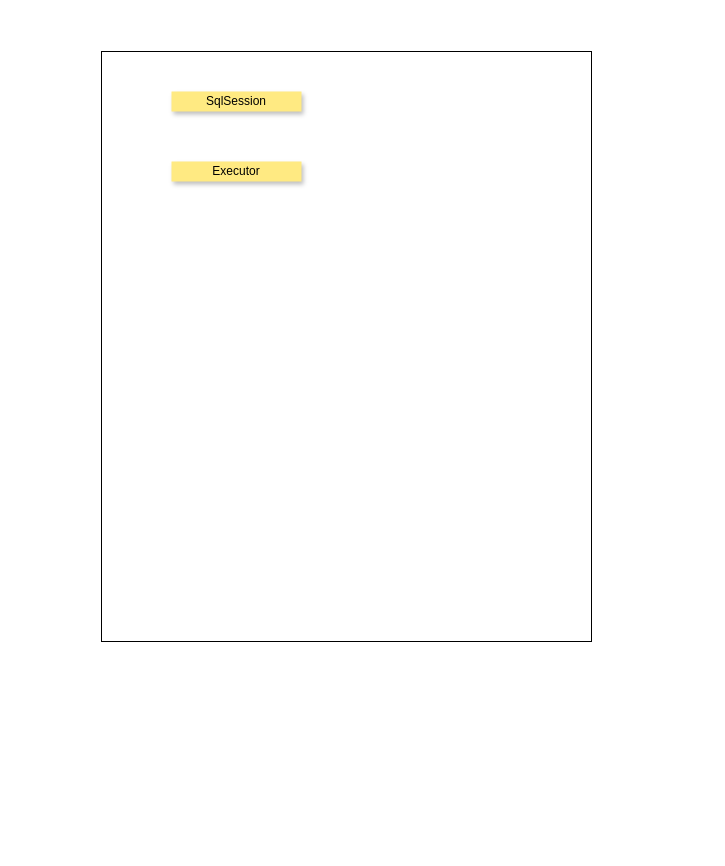
The draw.io diagram Untitled Diagram.drawio in leihtg/images, before the edit. Source tidied: cells renumbered, new cells numbered last; positions are measured from the earlier drawing's top-left corner, leaving out a move shared by most shapes. Both pictures are drawn from the tidied source at 100%, with x=0, y=0 at pixel (101, 51).
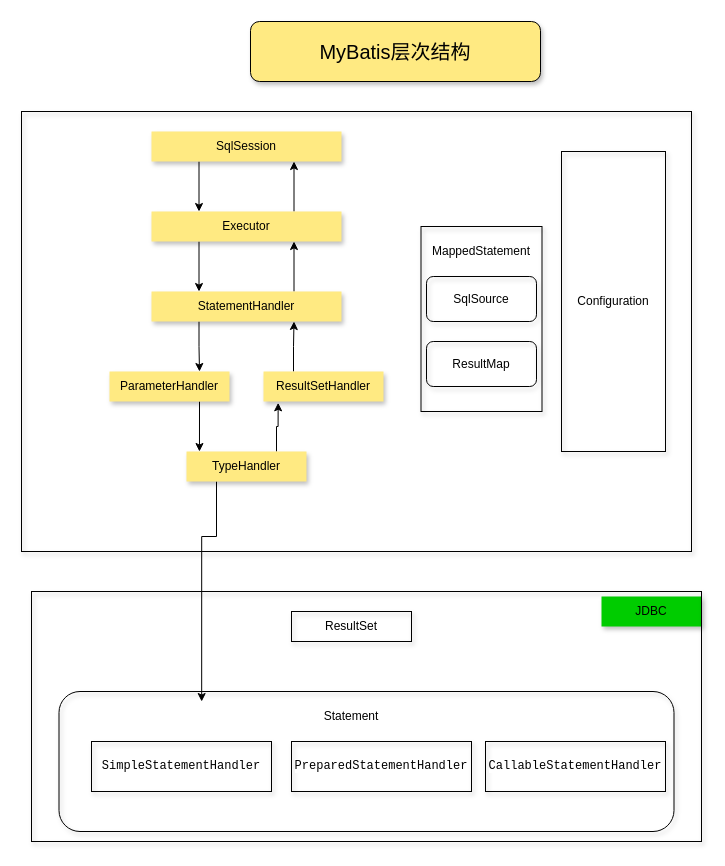
The same diagram, later.

Change to the diagram source:
```diff
@@
-    <mxCell id="2" style="rounded=0;whiteSpace=wrap;html=1;fillColor=none;" parent="1" vertex="1">
-      <mxGeometry width="490" height="590" as="geometry" />
-    </mxCell>
+    <mxCell id="5" style="rounded=0;whiteSpace=wrap;html=1;shadow=1;fillColor=none;direction=west;" parent="1" vertex="1">
+      <mxGeometry x="-80" y="60" width="670" height="440" as="geometry" />
+    </mxCell>
+    <mxCell id="6" style="edgeStyle=orthogonalEdgeStyle;rounded=0;jettySize=auto;html=1;exitX=0.25;exitY=1;exitDx=0;exitDy=0;entryX=0.25;entryY=0;entryDx=0;entryDy=0;" parent="1" edge="1" source="3" target="4">
+      <mxGeometry relative="1" as="geometry" />
+    </mxCell>
     <mxCell id="3" value="SqlSession" style="text;html=1;strokeColor=none;align=center;verticalAlign=middle;whiteSpace=wrap;rounded=0;shadow=1;fillColor=#FFEA82;" parent="1" vertex="1">
-      <mxGeometry x="70" y="40" width="130" height="20" as="geometry" />
+      <mxGeometry x="50" y="80" width="190" height="30" as="geometry" />
     </mxCell>
+    <mxCell id="7" style="edgeStyle=orthogonalEdgeStyle;rounded=0;jettySize=auto;html=1;exitX=0.75;exitY=0;exitDx=0;exitDy=0;entryX=0.75;entryY=1;entryDx=0;entryDy=0;" parent="1" edge="1" source="4" target="3">
+      <mxGeometry relative="1" as="geometry" />
+    </mxCell>
+    <mxCell id="8" style="edgeStyle=orthogonalEdgeStyle;rounded=0;jettySize=auto;html=1;exitX=0.25;exitY=1;exitDx=0;exitDy=0;entryX=0.25;entryY=0;entryDx=0;entryDy=0;" parent="1" edge="1" source="4" target="13">
+      <mxGeometry relative="1" as="geometry" />
+    </mxCell>
     <mxCell id="4" value="Executor" style="text;html=1;strokeColor=none;align=center;verticalAlign=middle;whiteSpace=wrap;rounded=0;shadow=1;fillColor=#FFEA82;" parent="1" vertex="1">
-      <mxGeometry x="70" y="110" width="130" height="20" as="geometry" />
+      <mxGeometry x="50" y="160" width="190" height="30" as="geometry" />
     </mxCell>
+    <mxCell id="9" value="&lt;font style=&quot;font-size: 20px&quot;&gt;MyBatis层次结构&lt;/font&gt;" style="rounded=1;whiteSpace=wrap;html=1;shadow=1;fillColor=#FFEA82;" parent="1" vertex="1">
+      <mxGeometry x="149" y="-30" width="290" height="60" as="geometry" />
+    </mxCell>
+    <mxCell id="10" style="edgeStyle=orthogonalEdgeStyle;rounded=0;orthogonalLoop=1;jettySize=auto;html=1;exitX=0.5;exitY=1;exitDx=0;exitDy=0;" parent="1" edge="1" source="9" target="9">
+      <mxGeometry relative="1" as="geometry" />
+    </mxCell>
+    <mxCell id="11" style="edgeStyle=orthogonalEdgeStyle;rounded=0;jettySize=auto;html=1;exitX=0.75;exitY=0;exitDx=0;exitDy=0;entryX=0.75;entryY=1;entryDx=0;entryDy=0;" parent="1" edge="1" source="13" target="4">
+      <mxGeometry relative="1" as="geometry" />
+    </mxCell>
+    <mxCell id="12" style="edgeStyle=orthogonalEdgeStyle;rounded=0;jettySize=auto;html=1;exitX=0.25;exitY=1;exitDx=0;exitDy=0;entryX=0.75;entryY=0;entryDx=0;entryDy=0;fontColor=#000000;" parent="1" edge="1" source="13" target="15">
+      <mxGeometry relative="1" as="geometry" />
+    </mxCell>
+    <mxCell id="13" value="StatementHandler" style="text;html=1;strokeColor=none;align=center;verticalAlign=middle;whiteSpace=wrap;rounded=0;shadow=1;fillColor=#FFEA82;" parent="1" vertex="1">
+      <mxGeometry x="50" y="240" width="190" height="30" as="geometry" />
+    </mxCell>
+    <mxCell id="14" style="edgeStyle=orthogonalEdgeStyle;rounded=0;jettySize=auto;html=1;exitX=0.75;exitY=1;exitDx=0;exitDy=0;entryX=0.108;entryY=0;entryDx=0;entryDy=0;entryPerimeter=0;fontColor=#000000;" parent="1" edge="1" source="15" target="20">
+      <mxGeometry relative="1" as="geometry" />
+    </mxCell>
+    <mxCell id="15" value="ParameterHandler" style="text;html=1;strokeColor=none;align=center;verticalAlign=middle;whiteSpace=wrap;rounded=0;shadow=1;fillColor=#FFEA82;" parent="1" vertex="1">
+      <mxGeometry x="8" y="320" width="120" height="30" as="geometry" />
+    </mxCell>
+    <mxCell id="16" style="edgeStyle=orthogonalEdgeStyle;rounded=0;jettySize=auto;html=1;exitX=0.25;exitY=0;exitDx=0;exitDy=0;entryX=0.75;entryY=1;entryDx=0;entryDy=0;fontColor=#000000;" parent="1" edge="1" source="17" target="13">
+      <mxGeometry relative="1" as="geometry" />
+    </mxCell>
+    <mxCell id="17" value="ResultSetHandler" style="text;html=1;strokeColor=none;align=center;verticalAlign=middle;whiteSpace=wrap;rounded=0;shadow=1;fillColor=#FFEA82;" parent="1" vertex="1">
+      <mxGeometry x="162" y="320" width="120" height="30" as="geometry" />
+    </mxCell>
+    <mxCell id="18" style="edgeStyle=orthogonalEdgeStyle;rounded=0;jettySize=auto;html=1;exitX=0.25;exitY=1;exitDx=0;exitDy=0;entryX=0.254;entryY=0.44;entryDx=0;entryDy=0;entryPerimeter=0;fontColor=#000000;" parent="1" edge="1" source="20" target="28">
+      <mxGeometry relative="1" as="geometry" />
+    </mxCell>
+    <mxCell id="19" style="edgeStyle=orthogonalEdgeStyle;rounded=0;jettySize=auto;html=1;exitX=0.75;exitY=0;exitDx=0;exitDy=0;entryX=0.122;entryY=1.044;entryDx=0;entryDy=0;entryPerimeter=0;fontColor=#000000;" parent="1" edge="1" source="20" target="17">
+      <mxGeometry relative="1" as="geometry" />
+    </mxCell>
+    <mxCell id="20" value="TypeHandler" style="text;html=1;strokeColor=none;align=center;verticalAlign=middle;whiteSpace=wrap;rounded=0;shadow=1;fillColor=#FFEA82;" parent="1" vertex="1">
+      <mxGeometry x="85" y="400" width="120" height="30" as="geometry" />
+    </mxCell>
+    <mxCell id="21" value="JDBC" style="text;html=1;strokeColor=none;align=center;verticalAlign=middle;whiteSpace=wrap;rounded=0;shadow=1;fillColor=#00CC00;" parent="1" vertex="1">
+      <mxGeometry x="500" y="545" width="100" height="30" as="geometry" />
+    </mxCell>
+    <mxCell id="22" style="rounded=1;whiteSpace=wrap;html=1;shadow=1;fillColor=none;" parent="1" vertex="1">
+      <mxGeometry x="-42.5" y="640" width="615" height="140" as="geometry" />
+    </mxCell>
+    <mxCell id="23" value="&lt;pre style=&quot;font-family: &amp;quot;courier new&amp;quot;; font-size: 9pt;&quot;&gt;SimpleStatementHandler&lt;/pre&gt;" style="rounded=0;whiteSpace=wrap;html=1;shadow=1;fillColor=none;labelBackgroundColor=none;" parent="1" vertex="1">
+      <mxGeometry x="-10" y="690" width="180" height="50" as="geometry" />
+    </mxCell>
+    <mxCell id="24" value="Statement" style="text;html=1;strokeColor=none;fillColor=none;align=center;verticalAlign=middle;whiteSpace=wrap;rounded=0;shadow=1;" parent="1" vertex="1">
+      <mxGeometry x="160" y="655" width="180" height="20" as="geometry" />
+    </mxCell>
+    <mxCell id="25" value="ResultSet" style="rounded=0;whiteSpace=wrap;html=1;shadow=1;fillColor=none;" parent="1" vertex="1">
+      <mxGeometry x="190" y="560" width="120" height="30" as="geometry" />
+    </mxCell>
+    <mxCell id="26" value="&lt;pre style=&quot;font-family: &amp;#34;courier new&amp;#34; ; font-size: 9pt&quot;&gt;&lt;pre style=&quot;font-family: &amp;#34;courier new&amp;#34; ; font-size: 9pt&quot;&gt;&lt;span style=&quot;background-color: rgb(255 , 255 , 255)&quot;&gt;PreparedStatementHandler&lt;/span&gt;&lt;/pre&gt;&lt;/pre&gt;" style="rounded=0;whiteSpace=wrap;html=1;shadow=1;fillColor=none;labelBackgroundColor=none;" parent="1" vertex="1">
+      <mxGeometry x="190" y="690" width="180" height="50" as="geometry" />
+    </mxCell>
+    <mxCell id="27" value="&lt;pre style=&quot;font-family: &amp;#34;courier new&amp;#34; ; font-size: 9pt&quot;&gt;&lt;pre style=&quot;font-family: &amp;#34;courier new&amp;#34; ; font-size: 9pt&quot;&gt;&lt;pre style=&quot;font-family: &amp;#34;courier new&amp;#34; ; font-size: 9pt&quot;&gt;&lt;span style=&quot;background-color: rgb(255 , 255 , 255)&quot;&gt;CallableStatementHandler&lt;/span&gt;&lt;/pre&gt;&lt;/pre&gt;&lt;/pre&gt;" style="rounded=0;whiteSpace=wrap;html=1;shadow=1;fillColor=none;labelBackgroundColor=none;" parent="1" vertex="1">
+      <mxGeometry x="384" y="690" width="180" height="50" as="geometry" />
+    </mxCell>
+    <mxCell id="28" style="rounded=0;whiteSpace=wrap;html=1;shadow=1;fillColor=none;" parent="1" vertex="1">
+      <mxGeometry x="-70" y="540" width="670" height="250" as="geometry" />
+    </mxCell>
+    <mxCell id="29" value="Configuration" style="rounded=0;whiteSpace=wrap;html=1;shadow=1;labelBackgroundColor=none;strokeColor=#000000;fillColor=none;fontColor=#000000;" parent="1" vertex="1">
+      <mxGeometry x="460" y="100" width="104" height="300" as="geometry" />
+    </mxCell>
+    <mxCell id="30" style="rounded=0;whiteSpace=wrap;html=1;shadow=1;labelBackgroundColor=none;strokeColor=#000000;fillColor=none;fontColor=#000000;" parent="1" vertex="1">
+      <mxGeometry x="319.5" y="175" width="121" height="185" as="geometry" />
+    </mxCell>
+    <mxCell id="31" value="MappedStatement" style="text;html=1;strokeColor=none;fillColor=none;align=center;verticalAlign=middle;whiteSpace=wrap;rounded=0;shadow=1;labelBackgroundColor=none;fontColor=#000000;" parent="1" vertex="1">
+      <mxGeometry x="360" y="190" width="40" height="20" as="geometry" />
+    </mxCell>
+    <mxCell id="32" value="SqlSource" style="rounded=1;whiteSpace=wrap;html=1;shadow=1;labelBackgroundColor=none;strokeColor=#000000;fillColor=none;fontColor=#000000;" parent="1" vertex="1">
+      <mxGeometry x="325" y="225" width="110" height="45" as="geometry" />
+    </mxCell>
+    <mxCell id="33" value="ResultMap" style="rounded=1;whiteSpace=wrap;html=1;shadow=1;labelBackgroundColor=none;strokeColor=#000000;fillColor=none;fontColor=#000000;" parent="1" vertex="1">
+      <mxGeometry x="325" y="290" width="110" height="45" as="geometry" />
+    </mxCell>
```
